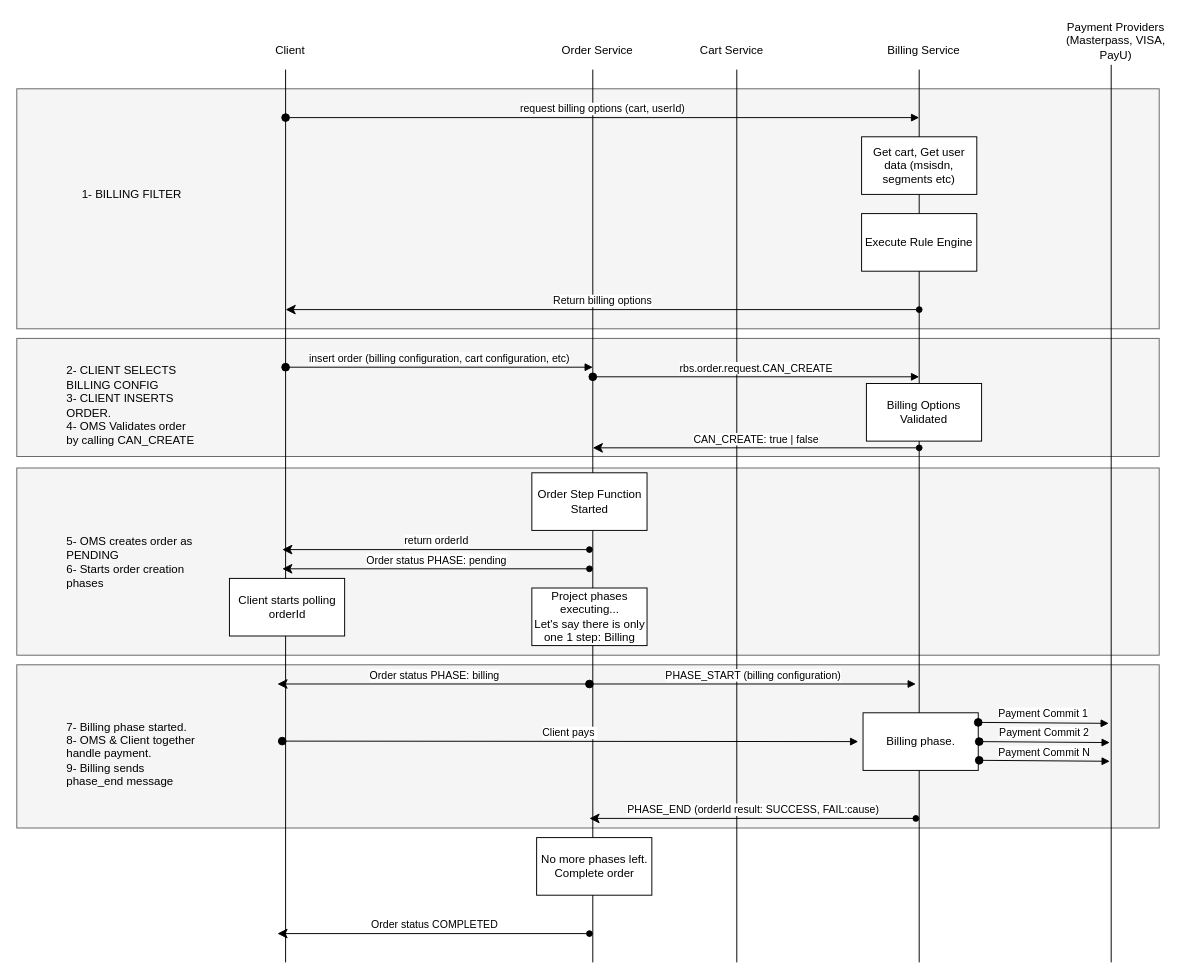
rettersoft/rbs-docs keeps this draw.io diagram as docs/billing-flow.drawio. Above is the earlier version. Source tidied: cells renumbered, new cells numbered last; positions are measured from the earlier drawing's top-left corner, leaving out a move shared by most shapes. Both pictures are drawn from the tidied source at 96%, with x=0, y=0 at pixel (16, 16).
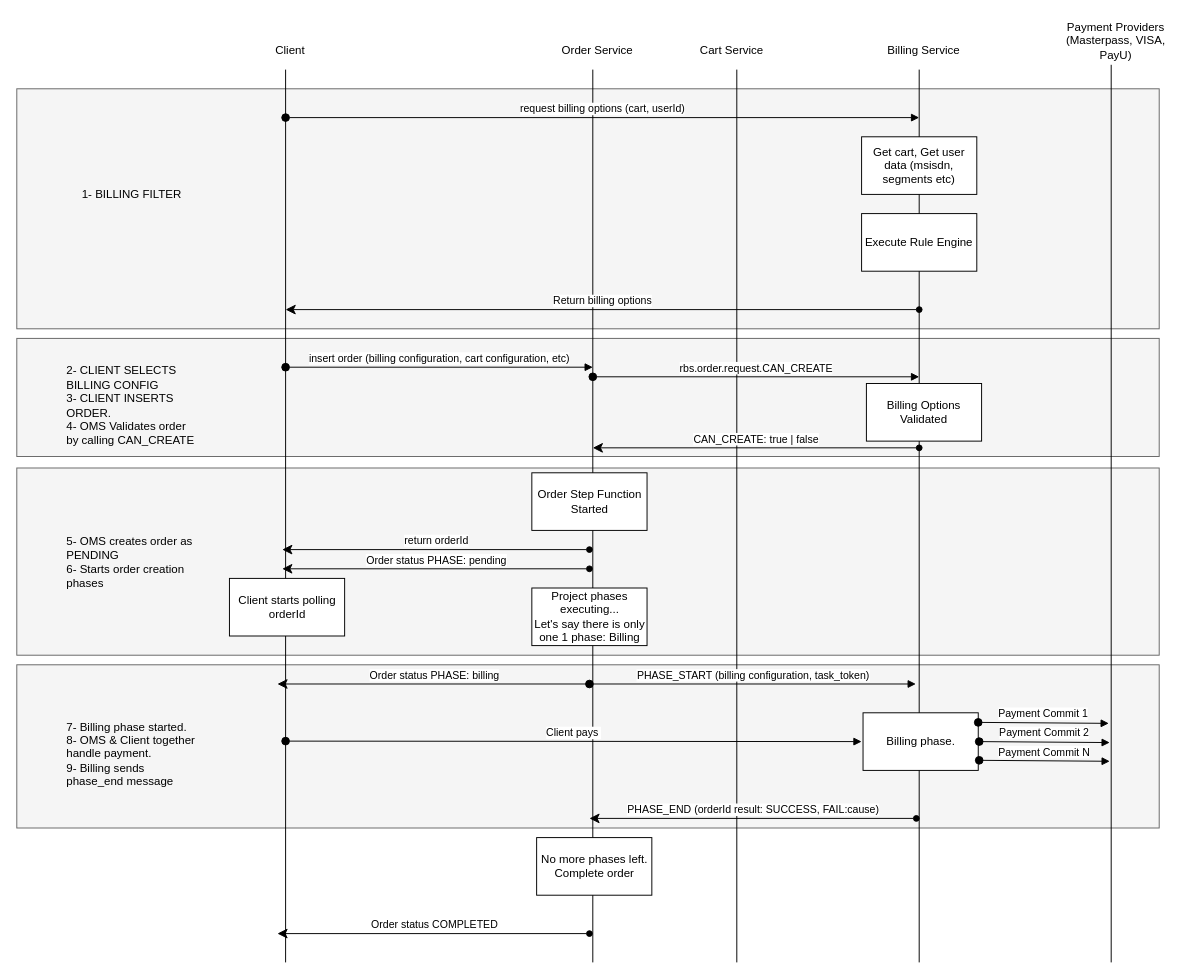
The same diagram, later.

Commit message:
billing flow change

The edit, as a diff of the source:
```diff
@@
-    <mxCell id="22" value="Project phases executing...&lt;br&gt;Let's say there is only one 1 step: Billing" style="rounded=0;whiteSpace=wrap;html=1;" parent="1" vertex="1">
+    <mxCell id="22" value="Project phases executing...&lt;br&gt;Let's say there is only one 1 phase: Billing" style="rounded=0;whiteSpace=wrap;html=1;" parent="1" vertex="1">
       <mxGeometry x="536.5" y="595" width="120" height="60" as="geometry" />
     </mxCell>
-    <mxCell id="23" value="PHASE_START (billing configuration)" style="html=1;verticalAlign=bottom;startArrow=oval;startFill=1;endArrow=block;startSize=8;" parent="1" edge="1">
+    <mxCell id="23" value="PHASE_START (billing configuration, task_token)" style="html=1;verticalAlign=bottom;startArrow=oval;startFill=1;endArrow=block;startSize=8;" parent="1" edge="1">
       <mxGeometry relative="1" as="geometry">
         <mxPoint x="596.5" y="695" as="sourcePoint" />
         <mxPoint x="936.5" y="695" as="targetPoint" />
       </mxGeometry>
     </mxCell>
@@
     <mxCell id="25" value="Client pays&amp;nbsp;" style="html=1;verticalAlign=bottom;startArrow=oval;startFill=1;endArrow=block;startSize=8;" parent="1" edge="1">
       <mxGeometry relative="1" as="geometry">
-        <mxPoint x="276.5" y="754.5" as="sourcePoint" />
-        <mxPoint x="876.5" y="755" as="targetPoint" />
+        <mxPoint x="280" y="754.5" as="sourcePoint" />
+        <mxPoint x="880" y="755" as="targetPoint" />
       </mxGeometry>
     </mxCell>
@@
     <mxCell id="31" value="PHASE_END (orderId result: SUCCESS, FAIL:cause)" style="html=1;verticalAlign=bottom;startArrow=classic;startFill=1;endArrow=oval;startSize=8;endFill=1;" parent="1" edge="1">
       <mxGeometry relative="1" as="geometry">
         <mxPoint x="596.5" y="835" as="sourcePoint" />
-        <mxPoint x="936.5" y="835" as="targetPoint" />
+        <mxPoint x="937" y="835" as="targetPoint" />
       </mxGeometry>
     </mxCell>
```
